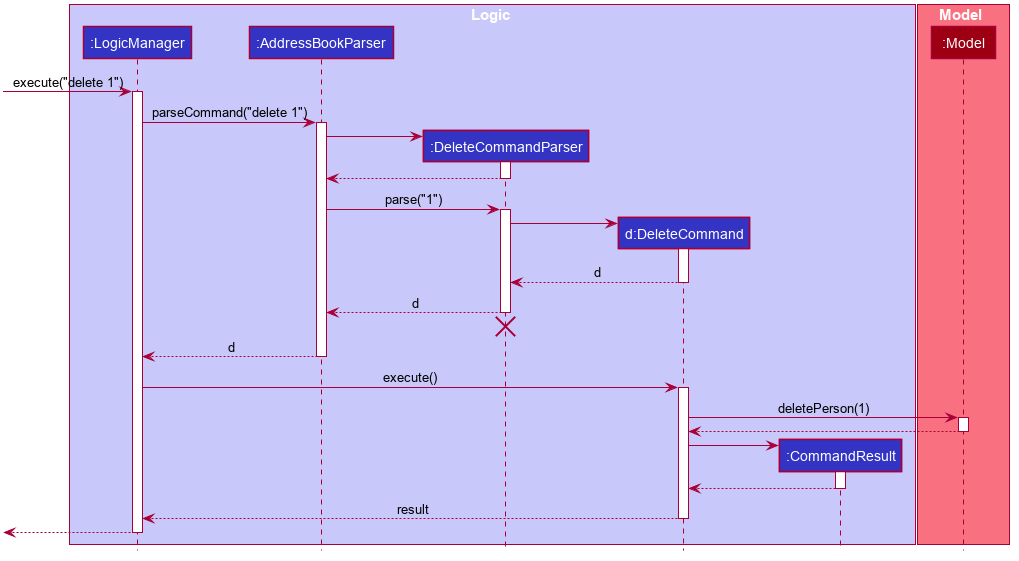
The PlantUML diagram docs/images/DeleteSequenceDiagram.png in nus-cs2103-AY2021S2/tp, before a commit. Source of this version:
```plantuml
@startuml








skinparam BackgroundColor #FFFFFFF

skinparam Shadowing false

skinparam Class {
    FontColor #FFFFFF
    BorderThickness 1
    BorderColor #FFFFFF
    StereotypeFontColor #FFFFFF
    FontName Arial
}

skinparam Actor {
    BorderColor #000000
    Color #000000
    FontName Arial
}

skinparam Sequence {
    MessageAlign center
    BoxFontSize 15
    BoxPadding 0
    BoxFontColor #FFFFFF
    FontName Arial
}

skinparam Participant {
    FontColor #FFFFFFF
    Padding 20
}

skinparam MinClassWidth 50
skinparam ParticipantPadding 10
skinparam Shadowing false
skinparam DefaultTextAlignment center
skinparam packageStyle Rectangle

hide footbox
hide members
hide circle

box Logic #C8C8FA
participant ":LogicManager" as LogicManager #3333C4
participant ":AddressBookParser" as AddressBookParser #3333C4
participant ":DeleteCommandParser" as DeleteCommandParser #3333C4
participant "d:DeleteCommand" as DeleteCommand #3333C4
participant ":CommandResult" as CommandResult #3333C4
end box

box Model #F97181
participant ":Model" as Model #9D0012
end box

[-> LogicManager : execute("delete 1")
activate LogicManager

LogicManager -> AddressBookParser : parseCommand("delete 1")
activate AddressBookParser

create DeleteCommandParser
AddressBookParser -> DeleteCommandParser
activate DeleteCommandParser

DeleteCommandParser --> AddressBookParser
deactivate DeleteCommandParser

AddressBookParser -> DeleteCommandParser : parse("1")
activate DeleteCommandParser

create DeleteCommand
DeleteCommandParser -> DeleteCommand
activate DeleteCommand

DeleteCommand --> DeleteCommandParser : d
deactivate DeleteCommand

DeleteCommandParser --> AddressBookParser : d
deactivate DeleteCommandParser
DeleteCommandParser -[hidden]-> AddressBookParser
destroy DeleteCommandParser

AddressBookParser --> LogicManager : d
deactivate AddressBookParser

LogicManager -> DeleteCommand : execute()
activate DeleteCommand

DeleteCommand -> Model : deletePerson(1)
activate Model

Model --> DeleteCommand
deactivate Model

create CommandResult
DeleteCommand -> CommandResult
activate CommandResult

CommandResult --> DeleteCommand
deactivate CommandResult

DeleteCommand --> LogicManager : result
deactivate DeleteCommand

[<--LogicManager
deactivate LogicManager
@enduml
```
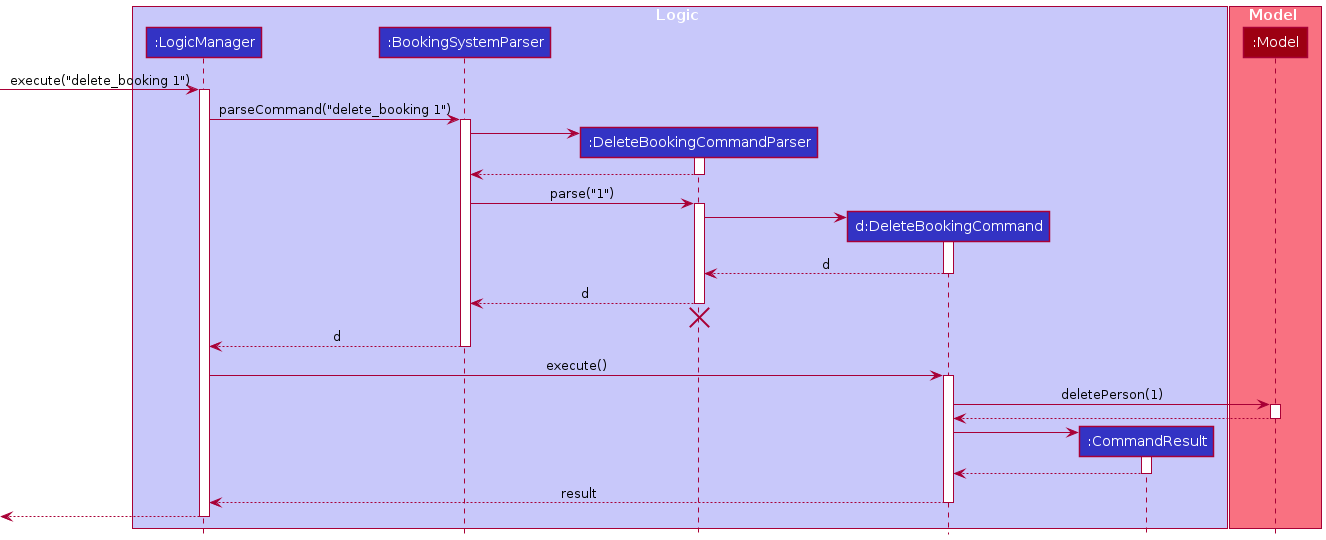
The same file after the commit.

Change to the diagram source:
```diff
@@ -1,114 +1,67 @@
 @startuml
+!include style.puml
 
-
-
-
-
-
-
-
-skinparam BackgroundColor #FFFFFFF
-
-skinparam Shadowing false
-
-skinparam Class {
-    FontColor #FFFFFF
-    BorderThickness 1
-    BorderColor #FFFFFF
-    StereotypeFontColor #FFFFFF
-    FontName Arial
-}
-
-skinparam Actor {
-    BorderColor #000000
-    Color #000000
-    FontName Arial
-}
-
-skinparam Sequence {
-    MessageAlign center
-    BoxFontSize 15
-    BoxPadding 0
-    BoxFontColor #FFFFFF
-    FontName Arial
-}
-
-skinparam Participant {
-    FontColor #FFFFFFF
-    Padding 20
-}
-
-skinparam MinClassWidth 50
-skinparam ParticipantPadding 10
-skinparam Shadowing false
-skinparam DefaultTextAlignment center
-skinparam packageStyle Rectangle
-
-hide footbox
-hide members
-hide circle
-
-box Logic #C8C8FA
-participant ":LogicManager" as LogicManager #3333C4
-participant ":AddressBookParser" as AddressBookParser #3333C4
-participant ":DeleteCommandParser" as DeleteCommandParser #3333C4
-participant "d:DeleteCommand" as DeleteCommand #3333C4
-participant ":CommandResult" as CommandResult #3333C4
+box Logic LOGIC_COLOR_T1
+participant ":LogicManager" as LogicManager LOGIC_COLOR
+participant ":BookingSystemParser" as BookingSystemParser LOGIC_COLOR
+participant ":DeleteBookingCommandParser" as DeleteBookingCommandParser LOGIC_COLOR
+participant "d:DeleteBookingCommand" as DeleteBookingCommand LOGIC_COLOR
+participant ":CommandResult" as CommandResult LOGIC_COLOR
 end box
 
-box Model #F97181
-participant ":Model" as Model #9D0012
+box Model MODEL_COLOR_T1
+participant ":Model" as Model MODEL_COLOR
 end box
 
-[-> LogicManager : execute("delete 1")
+[-> LogicManager : execute("delete_booking 1")
 activate LogicManager
 
-LogicManager -> AddressBookParser : parseCommand("delete 1")
-activate AddressBookParser
+LogicManager -> BookingSystemParser : parseCommand("delete_booking 1")
+activate BookingSystemParser
 
-create DeleteCommandParser
-AddressBookParser -> DeleteCommandParser
-activate DeleteCommandParser
+create DeleteBookingCommandParser
+BookingSystemParser -> DeleteBookingCommandParser
+activate DeleteBookingCommandParser
 
-DeleteCommandParser --> AddressBookParser
-deactivate DeleteCommandParser
+DeleteBookingCommandParser --> BookingSystemParser
+deactivate DeleteBookingCommandParser
 
-AddressBookParser -> DeleteCommandParser : parse("1")
-activate DeleteCommandParser
+BookingSystemParser -> DeleteBookingCommandParser : parse("1")
+activate DeleteBookingCommandParser
 
-create DeleteCommand
-DeleteCommandParser -> DeleteCommand
-activate DeleteCommand
+create DeleteBookingCommand
+DeleteBookingCommandParser -> DeleteBookingCommand
+activate DeleteBookingCommand
 
-DeleteCommand --> DeleteCommandParser : d
-deactivate DeleteCommand
+DeleteBookingCommand --> DeleteBookingCommandParser : d
+deactivate DeleteBookingCommand
 
-DeleteCommandParser --> AddressBookParser : d
-deactivate DeleteCommandParser
-DeleteCommandParser -[hidden]-> AddressBookParser
-destroy DeleteCommandParser
+DeleteBookingCommandParser --> BookingSystemParser : d
+deactivate DeleteBookingCommandParser
+DeleteBookingCommandParser -[hidden]-> BookingSystemParser
+destroy DeleteBookingCommandParser
 
-AddressBookParser --> LogicManager : d
-deactivate AddressBookParser
+BookingSystemParser --> LogicManager : d
+deactivate BookingSystemParser
 
-LogicManager -> DeleteCommand : execute()
-activate DeleteCommand
+LogicManager -> DeleteBookingCommand : execute()
+activate DeleteBookingCommand
 
-DeleteCommand -> Model : deletePerson(1)
+DeleteBookingCommand -> Model : deletePerson(1)
 activate Model
 
-Model --> DeleteCommand
+Model --> DeleteBookingCommand
 deactivate Model
 
 create CommandResult
-DeleteCommand -> CommandResult
+DeleteBookingCommand -> CommandResult
 activate CommandResult
 
-CommandResult --> DeleteCommand
+CommandResult --> DeleteBookingCommand
 deactivate CommandResult
 
-DeleteCommand --> LogicManager : result
-deactivate DeleteCommand
+DeleteBookingCommand --> LogicManager : result
+deactivate DeleteBookingCommand
 
 [<--LogicManager
 deactivate LogicManager
```
